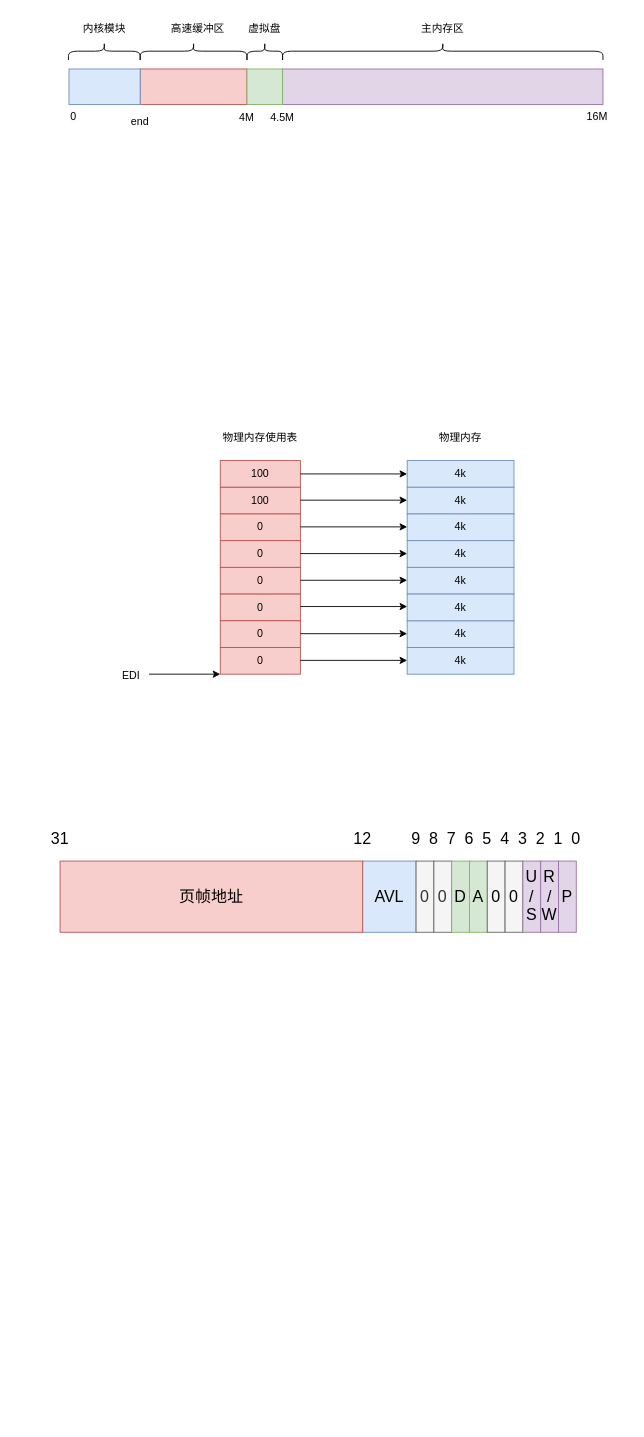
Earlier version of the draw.io diagram blog/Linux/Linux-0.11-memory/mem_raw.drawio (zgjsxx/static-img-repo). Source tidied: cells renumbered, new cells numbered last; positions are measured from the earlier drawing's top-left corner, leaving out a move shared by most shapes. Both pictures are drawn from the tidied source at 89%, with x=0, y=0 at pixel (33, -109).
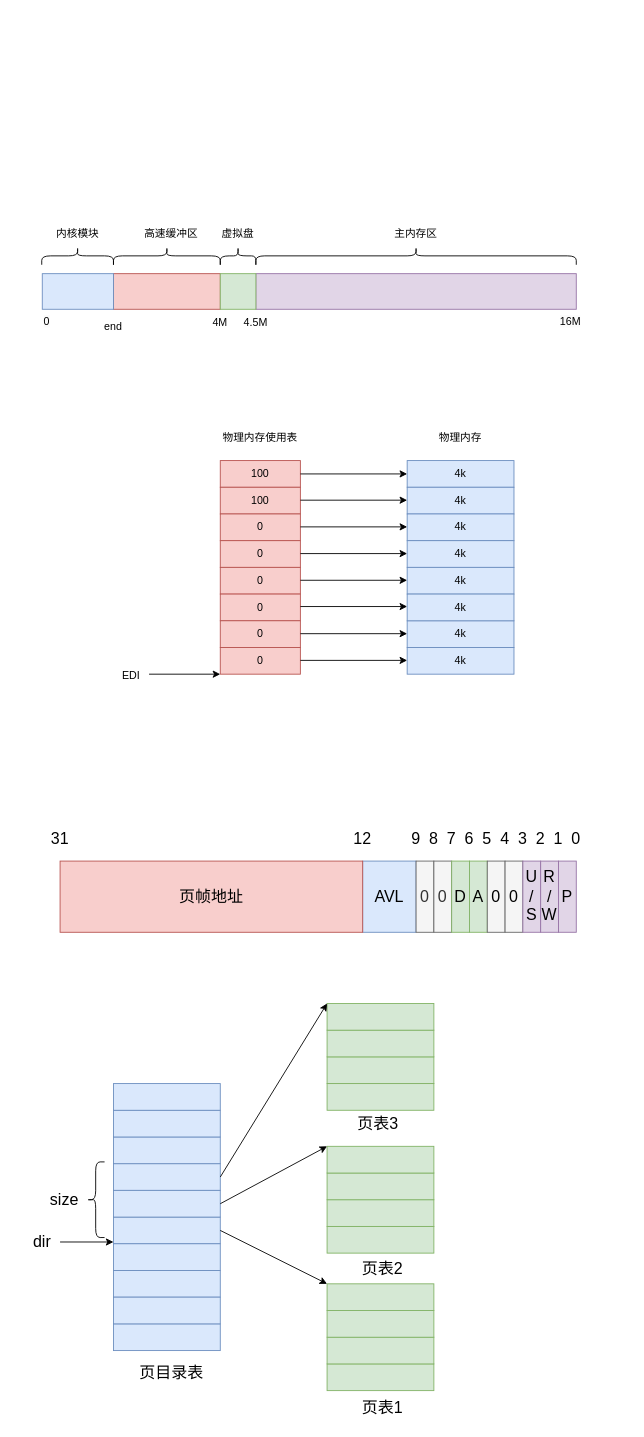
Above is the later version.

Change to the diagram source:
```diff
@@
     <mxCell id="2" style="rounded=0;whiteSpace=wrap;html=1;fillColor=#f8cecc;strokeColor=#b85450;" parent="1" vertex="1">
-      <mxGeometry x="120" y="200" width="120" height="40" as="geometry" />
+      <mxGeometry x="90" y="430" width="120" height="40" as="geometry" />
     </mxCell>
     <mxCell id="3" value="4M" style="text;strokeColor=none;align=center;fillColor=none;html=1;verticalAlign=middle;whiteSpace=wrap;rounded=0;" parent="1" vertex="1">
-      <mxGeometry x="210" y="240" width="60" height="30" as="geometry" />
+      <mxGeometry x="180" y="470" width="60" height="30" as="geometry" />
     </mxCell>
     <mxCell id="4" style="rounded=0;whiteSpace=wrap;html=1;fillColor=#e1d5e7;strokeColor=#9673a6;" parent="1" vertex="1">
-      <mxGeometry x="280" y="200" width="360" height="40" as="geometry" />
+      <mxGeometry x="250" y="430" width="360" height="40" as="geometry" />
     </mxCell>
     <mxCell id="5" value="&lt;span style=&quot;color: rgb(0, 0, 0); font-family: Helvetica; font-size: 12px; font-style: normal; font-variant-ligatures: normal; font-variant-caps: normal; font-weight: 400; letter-spacing: normal; orphans: 2; text-align: center; text-indent: 0px; text-transform: none; widows: 2; word-spacing: 0px; -webkit-text-stroke-width: 0px; background-color: rgb(251, 251, 251); text-decoration-thickness: initial; text-decoration-style: initial; text-decoration-color: initial; float: none; display: inline !important;&quot;&gt;16M&lt;/span&gt;" style="text;whiteSpace=wrap;html=1;" parent="1" vertex="1">
-      <mxGeometry x="620" y="240" width="50" height="40" as="geometry" />
+      <mxGeometry x="590" y="470" width="50" height="40" as="geometry" />
     </mxCell>
     <mxCell id="6" value="&lt;span style=&quot;color: rgb(0, 0, 0); font-family: Helvetica; font-size: 12px; font-style: normal; font-variant-ligatures: normal; font-variant-caps: normal; font-weight: 400; letter-spacing: normal; orphans: 2; text-align: center; text-indent: 0px; text-transform: none; widows: 2; word-spacing: 0px; -webkit-text-stroke-width: 0px; background-color: rgb(251, 251, 251); text-decoration-thickness: initial; text-decoration-style: initial; text-decoration-color: initial; float: none; display: inline !important;&quot;&gt;0&lt;/span&gt;" style="text;whiteSpace=wrap;html=1;" parent="1" vertex="1">
-      <mxGeometry x="40" y="240" width="50" height="40" as="geometry" />
+      <mxGeometry x="10" y="470" width="50" height="40" as="geometry" />
     </mxCell>
     <mxCell id="7" style="rounded=0;whiteSpace=wrap;html=1;fillColor=#dae8fc;strokeColor=#6c8ebf;" parent="1" vertex="1">
-      <mxGeometry x="40" y="200" width="80" height="40" as="geometry" />
+      <mxGeometry x="10" y="430" width="80" height="40" as="geometry" />
     </mxCell>
     <mxCell id="8" style="rounded=0;whiteSpace=wrap;html=1;fillColor=#d5e8d4;strokeColor=#82b366;" parent="1" vertex="1">
-      <mxGeometry x="240" y="200" width="40" height="40" as="geometry" />
+      <mxGeometry x="210" y="430" width="40" height="40" as="geometry" />
     </mxCell>
     <mxCell id="9" style="shape=curlyBracket;whiteSpace=wrap;html=1;rounded=1;flipH=1;labelPosition=right;verticalLabelPosition=middle;align=left;verticalAlign=middle;rotation=-90;" parent="1" vertex="1">
-      <mxGeometry x="250" y="160" width="20" height="40" as="geometry" />
+      <mxGeometry x="220" y="390" width="20" height="40" as="geometry" />
     </mxCell>
     <mxCell id="10" value="虚拟盘" style="text;strokeColor=none;align=center;fillColor=none;html=1;verticalAlign=middle;whiteSpace=wrap;rounded=0;" parent="1" vertex="1">
-      <mxGeometry x="230" y="140" width="60" height="30" as="geometry" />
+      <mxGeometry x="200" y="370" width="60" height="30" as="geometry" />
     </mxCell>
     <mxCell id="11" style="shape=curlyBracket;whiteSpace=wrap;html=1;rounded=1;flipH=1;labelPosition=right;verticalLabelPosition=middle;align=left;verticalAlign=middle;rotation=-90;" parent="1" vertex="1">
-      <mxGeometry x="450" width="20" height="360" as="geometry" />
+      <mxGeometry x="420" y="230" width="20" height="360" as="geometry" />
     </mxCell>
     <mxCell id="12" value="主内存区" style="text;strokeColor=none;align=center;fillColor=none;html=1;verticalAlign=middle;whiteSpace=wrap;rounded=0;" parent="1" vertex="1">
-      <mxGeometry x="430" y="140" width="60" height="30" as="geometry" />
+      <mxGeometry x="400" y="370" width="60" height="30" as="geometry" />
     </mxCell>
     <mxCell id="13" value="高速缓冲区" style="text;strokeColor=none;align=center;fillColor=none;html=1;verticalAlign=middle;whiteSpace=wrap;rounded=0;" parent="1" vertex="1">
-      <mxGeometry x="150" y="140" width="70" height="30" as="geometry" />
+      <mxGeometry x="120" y="370" width="70" height="30" as="geometry" />
     </mxCell>
     <mxCell id="14" style="shape=curlyBracket;whiteSpace=wrap;html=1;rounded=1;flipH=1;labelPosition=right;verticalLabelPosition=middle;align=left;verticalAlign=middle;rotation=-90;" parent="1" vertex="1">
-      <mxGeometry x="170" y="120" width="20" height="120" as="geometry" />
+      <mxGeometry x="140" y="350" width="20" height="120" as="geometry" />
     </mxCell>
     <mxCell id="15" style="shape=curlyBracket;whiteSpace=wrap;html=1;rounded=1;flipH=1;labelPosition=right;verticalLabelPosition=middle;align=left;verticalAlign=middle;rotation=-90;" parent="1" vertex="1">
-      <mxGeometry x="69.7" y="139.7" width="20" height="80.6" as="geometry" />
+      <mxGeometry x="39.7" y="369.7" width="20" height="80.6" as="geometry" />
     </mxCell>
     <mxCell id="16" value="内核模块" style="text;strokeColor=none;align=center;fillColor=none;html=1;verticalAlign=middle;whiteSpace=wrap;rounded=0;" parent="1" vertex="1">
-      <mxGeometry x="44.7" y="139.7" width="70" height="30" as="geometry" />
+      <mxGeometry x="14.7" y="369.7" width="70" height="30" as="geometry" />
     </mxCell>
     <mxCell id="17" value="4.5M" style="text;strokeColor=none;align=center;fillColor=none;html=1;verticalAlign=middle;whiteSpace=wrap;rounded=0;" parent="1" vertex="1">
-      <mxGeometry x="250" y="240" width="60" height="30" as="geometry" />
+      <mxGeometry x="220" y="470" width="60" height="30" as="geometry" />
     </mxCell>
     <mxCell id="18" value="end" style="text;strokeColor=none;align=center;fillColor=none;html=1;verticalAlign=middle;whiteSpace=wrap;rounded=0;" parent="1" vertex="1">
-      <mxGeometry x="89.7" y="245" width="60" height="30" as="geometry" />
+      <mxGeometry x="59.7" y="475" width="60" height="30" as="geometry" />
     </mxCell>
@@
+    <mxCell id="70" style="rounded=0;whiteSpace=wrap;html=1;fillColor=#dae8fc;strokeColor=#6c8ebf;" parent="1" vertex="1">
+      <mxGeometry x="90" y="1430" width="120" height="30" as="geometry" />
+    </mxCell>
+    <mxCell id="71" style="rounded=0;whiteSpace=wrap;html=1;fillColor=#dae8fc;strokeColor=#6c8ebf;" parent="1" vertex="1">
+      <mxGeometry x="90" y="1400" width="120" height="30" as="geometry" />
+    </mxCell>
+    <mxCell id="72" style="rounded=0;whiteSpace=wrap;html=1;fillColor=#dae8fc;strokeColor=#6c8ebf;" parent="1" vertex="1">
+      <mxGeometry x="90" y="1490" width="120" height="30" as="geometry" />
+    </mxCell>
+    <mxCell id="73" style="rounded=0;whiteSpace=wrap;html=1;fillColor=#dae8fc;strokeColor=#6c8ebf;" parent="1" vertex="1">
+      <mxGeometry x="90" y="1460" width="120" height="30" as="geometry" />
+    </mxCell>
+    <mxCell id="74" style="rounded=0;whiteSpace=wrap;html=1;fillColor=#dae8fc;strokeColor=#6c8ebf;" parent="1" vertex="1">
+      <mxGeometry x="90" y="1550" width="120" height="30" as="geometry" />
+    </mxCell>
+    <mxCell id="75" style="rounded=0;whiteSpace=wrap;html=1;fillColor=#dae8fc;strokeColor=#6c8ebf;" parent="1" vertex="1">
+      <mxGeometry x="90" y="1520" width="120" height="30" as="geometry" />
+    </mxCell>
+    <mxCell id="76" style="rounded=0;whiteSpace=wrap;html=1;fillColor=#dae8fc;strokeColor=#6c8ebf;" parent="1" vertex="1">
+      <mxGeometry x="90" y="1610" width="120" height="30" as="geometry" />
+    </mxCell>
+    <mxCell id="77" style="rounded=0;whiteSpace=wrap;html=1;fillColor=#dae8fc;strokeColor=#6c8ebf;" parent="1" vertex="1">
+      <mxGeometry x="90" y="1580" width="120" height="30" as="geometry" />
+    </mxCell>
+    <mxCell id="78" style="rounded=0;whiteSpace=wrap;html=1;fillColor=#dae8fc;strokeColor=#6c8ebf;" parent="1" vertex="1">
+      <mxGeometry x="90" y="1370" width="120" height="30" as="geometry" />
+    </mxCell>
+    <mxCell id="79" style="rounded=0;whiteSpace=wrap;html=1;fillColor=#dae8fc;strokeColor=#6c8ebf;" parent="1" vertex="1">
+      <mxGeometry x="90" y="1340" width="120" height="30" as="geometry" />
+    </mxCell>
+    <mxCell id="80" value="&lt;font style=&quot;font-size: 18px;&quot;&gt;页目录表&lt;/font&gt;" style="text;strokeColor=none;align=center;fillColor=none;html=1;verticalAlign=middle;whiteSpace=wrap;rounded=0;" parent="1" vertex="1">
+      <mxGeometry x="102.5" y="1650" width="105" height="30" as="geometry" />
+    </mxCell>
+    <mxCell id="81" style="endArrow=classic;html=1;rounded=0;fontSize=18;" parent="1" edge="1">
+      <mxGeometry relative="1" as="geometry">
+        <mxPoint x="30" y="1518" as="sourcePoint" />
+        <mxPoint x="90" y="1518" as="targetPoint" />
+      </mxGeometry>
+    </mxCell>
+    <mxCell id="82" value="dir" style="text;strokeColor=none;align=center;fillColor=none;html=1;verticalAlign=middle;whiteSpace=wrap;rounded=0;fontSize=18;" parent="1" vertex="1">
+      <mxGeometry x="-20.3" y="1503" width="60" height="30" as="geometry" />
+    </mxCell>
+    <mxCell id="83" style="shape=curlyBracket;whiteSpace=wrap;html=1;rounded=1;labelPosition=left;verticalLabelPosition=middle;align=right;verticalAlign=middle;fontSize=18;" parent="1" vertex="1">
+      <mxGeometry x="60" y="1428" width="20" height="85" as="geometry" />
+    </mxCell>
+    <mxCell id="84" value="size" style="text;strokeColor=none;align=center;fillColor=none;html=1;verticalAlign=middle;whiteSpace=wrap;rounded=0;fontSize=18;" parent="1" vertex="1">
+      <mxGeometry x="5" y="1455.5" width="60" height="30" as="geometry" />
+    </mxCell>
+    <mxCell id="85" style="rounded=0;whiteSpace=wrap;html=1;fillColor=#d5e8d4;strokeColor=#82b366;" parent="1" vertex="1">
+      <mxGeometry x="330" y="1655" width="120" height="30" as="geometry" />
+    </mxCell>
+    <mxCell id="86" style="rounded=0;whiteSpace=wrap;html=1;fillColor=#d5e8d4;strokeColor=#82b366;" parent="1" vertex="1">
+      <mxGeometry x="330" y="1625" width="120" height="30" as="geometry" />
+    </mxCell>
+    <mxCell id="87" style="rounded=0;whiteSpace=wrap;html=1;fillColor=#d5e8d4;strokeColor=#82b366;" parent="1" vertex="1">
+      <mxGeometry x="330" y="1595" width="120" height="30" as="geometry" />
+    </mxCell>
+    <mxCell id="88" style="rounded=0;whiteSpace=wrap;html=1;fillColor=#d5e8d4;strokeColor=#82b366;" parent="1" vertex="1">
+      <mxGeometry x="330" y="1565" width="120" height="30" as="geometry" />
+    </mxCell>
+    <mxCell id="89" style="endArrow=classic;html=1;rounded=0;fontSize=18;exitX=1;exitY=0.5;exitDx=0;exitDy=0;entryX=0;entryY=0;entryDx=0;entryDy=0;" parent="1" edge="1" source="72" target="88">
+      <mxGeometry relative="1" as="geometry" />
+    </mxCell>
+    <mxCell id="90" style="rounded=0;whiteSpace=wrap;html=1;fillColor=#d5e8d4;strokeColor=#82b366;" parent="1" vertex="1">
+      <mxGeometry x="330" y="1500.5" width="120" height="30" as="geometry" />
+    </mxCell>
+    <mxCell id="91" style="rounded=0;whiteSpace=wrap;html=1;fillColor=#d5e8d4;strokeColor=#82b366;" parent="1" vertex="1">
+      <mxGeometry x="330" y="1470.5" width="120" height="30" as="geometry" />
+    </mxCell>
+    <mxCell id="92" style="rounded=0;whiteSpace=wrap;html=1;fillColor=#d5e8d4;strokeColor=#82b366;" parent="1" vertex="1">
+      <mxGeometry x="330" y="1440.5" width="120" height="30" as="geometry" />
+    </mxCell>
+    <mxCell id="93" style="rounded=0;whiteSpace=wrap;html=1;fillColor=#d5e8d4;strokeColor=#82b366;" parent="1" vertex="1">
+      <mxGeometry x="330" y="1410.5" width="120" height="30" as="geometry" />
+    </mxCell>
+    <mxCell id="94" style="endArrow=classic;html=1;rounded=0;fontSize=18;exitX=1;exitY=0.5;exitDx=0;exitDy=0;entryX=0;entryY=0;entryDx=0;entryDy=0;" parent="1" edge="1" source="73" target="93">
+      <mxGeometry relative="1" as="geometry" />
+    </mxCell>
+    <mxCell id="95" style="rounded=0;whiteSpace=wrap;html=1;fillColor=#d5e8d4;strokeColor=#82b366;" parent="1" vertex="1">
+      <mxGeometry x="330" y="1340" width="120" height="30" as="geometry" />
+    </mxCell>
+    <mxCell id="96" style="rounded=0;whiteSpace=wrap;html=1;fillColor=#d5e8d4;strokeColor=#82b366;" parent="1" vertex="1">
+      <mxGeometry x="330" y="1310" width="120" height="30" as="geometry" />
+    </mxCell>
+    <mxCell id="97" style="rounded=0;whiteSpace=wrap;html=1;fillColor=#d5e8d4;strokeColor=#82b366;" parent="1" vertex="1">
+      <mxGeometry x="330" y="1280" width="120" height="30" as="geometry" />
+    </mxCell>
+    <mxCell id="98" style="rounded=0;whiteSpace=wrap;html=1;fillColor=#d5e8d4;strokeColor=#82b366;" parent="1" vertex="1">
+      <mxGeometry x="330" y="1250" width="120" height="30" as="geometry" />
+    </mxCell>
+    <mxCell id="99" style="endArrow=classic;html=1;rounded=0;fontSize=18;exitX=1;exitY=0.5;exitDx=0;exitDy=0;entryX=0;entryY=0;entryDx=0;entryDy=0;" parent="1" edge="1" source="70" target="98">
+      <mxGeometry relative="1" as="geometry" />
+    </mxCell>
+    <mxCell id="100" value="&lt;span style=&quot;font-size: 18px;&quot;&gt;页表1&lt;/span&gt;" style="text;strokeColor=none;align=center;fillColor=none;html=1;verticalAlign=middle;whiteSpace=wrap;rounded=0;" parent="1" vertex="1">
+      <mxGeometry x="340" y="1690" width="105" height="30" as="geometry" />
+    </mxCell>
+    <mxCell id="101" value="&lt;span style=&quot;font-size: 18px;&quot;&gt;页表2&lt;/span&gt;" style="text;strokeColor=none;align=center;fillColor=none;html=1;verticalAlign=middle;whiteSpace=wrap;rounded=0;" parent="1" vertex="1">
+      <mxGeometry x="340" y="1533" width="105" height="30" as="geometry" />
+    </mxCell>
+    <mxCell id="102" value="&lt;span style=&quot;font-size: 18px;&quot;&gt;页表3&lt;/span&gt;" style="text;strokeColor=none;align=center;fillColor=none;html=1;verticalAlign=middle;whiteSpace=wrap;rounded=0;" parent="1" vertex="1">
+      <mxGeometry x="335" y="1370" width="105" height="30" as="geometry" />
+    </mxCell>
```
